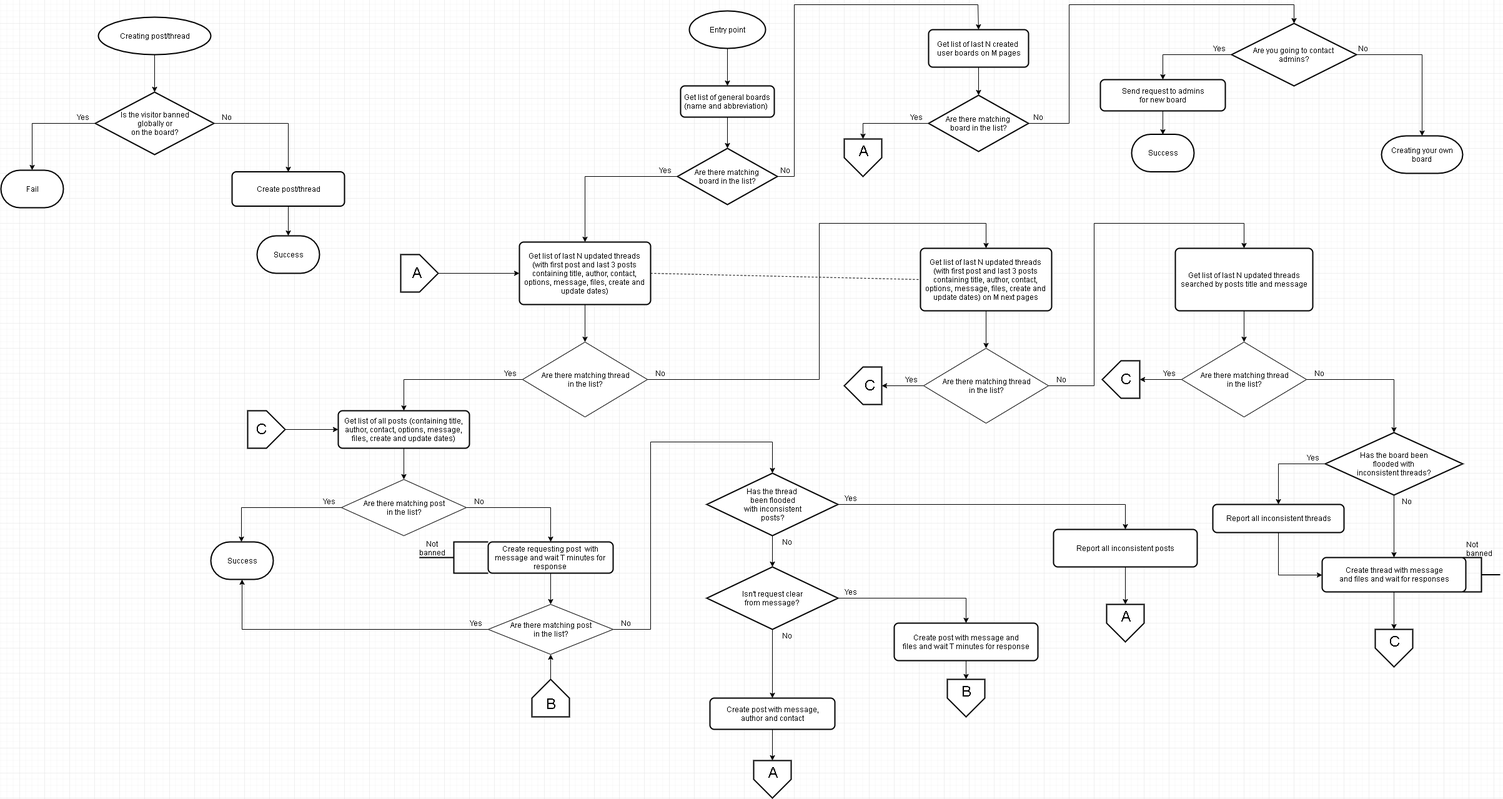
Earlier version of the draw.io export Imageboard-post-diagram.png (Lebed-kun/imageboard). Source tidied: cells renumbered, new cells last; positions are measured from the earlier drawing's top-left corner, leaving out a move shared by most shapes.
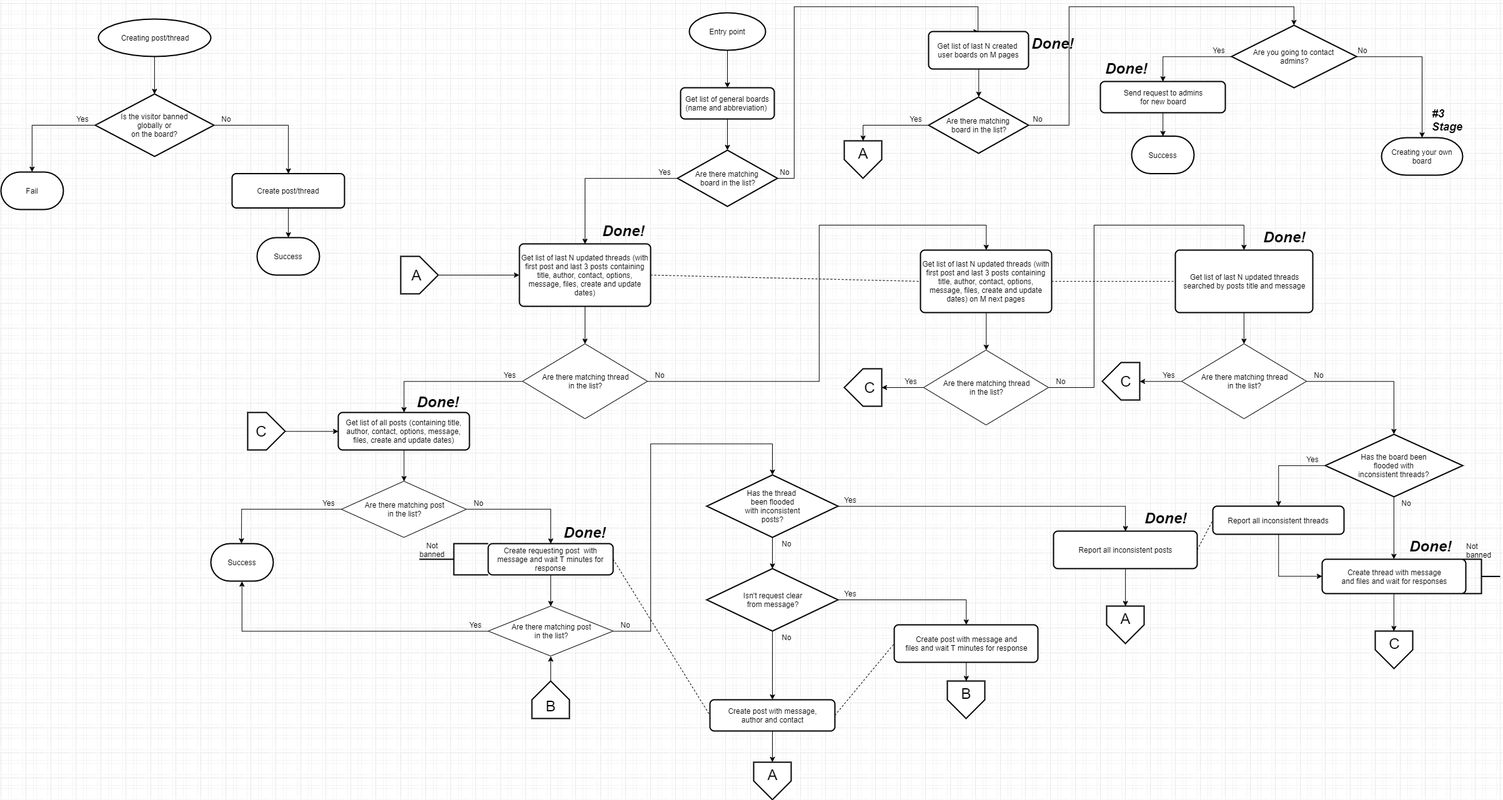
The same file after the commit.

Change to the diagram source:
```diff
@@ -409,5 +409,44 @@
     <mxCell id="126" style="endArrow=none;dashed=1;html=1;exitX=1;exitY=0.5;exitDx=0;exitDy=0;entryX=0;entryY=0.5;entryDx=0;entryDy=0;" parent="1" edge="1" source="10" target="61">
       <mxGeometry relative="1" as="geometry" />
     </mxCell>
+    <mxCell id="127" value="&lt;i&gt;&lt;font style=&quot;font-size: 24px&quot;&gt;&lt;b&gt;&lt;br&gt;&lt;br&gt;Done!&lt;/b&gt;&lt;/font&gt;&lt;/i&gt;" style="text;html=1;strokeColor=none;fillColor=none;spacing=5;spacingTop=-20;whiteSpace=wrap;overflow=hidden;rounded=0;" parent="1" vertex="1">
+      <mxGeometry x="661" y="574" width="84" height="80" as="geometry" />
+    </mxCell>
+    <mxCell id="128" style="endArrow=none;dashed=1;html=1;exitX=1;exitY=0.5;exitDx=0;exitDy=0;entryX=0;entryY=0.5;entryDx=0;entryDy=0;" parent="1" edge="1" source="24" target="56">
+      <mxGeometry relative="1" as="geometry" />
+    </mxCell>
+    <mxCell id="129" style="endArrow=none;dashed=1;html=1;exitX=1;exitY=0.5;exitDx=0;exitDy=0;entryX=0;entryY=0.5;entryDx=0;entryDy=0;" parent="1" edge="1" source="56" target="47">
+      <mxGeometry relative="1" as="geometry" />
+    </mxCell>
+    <mxCell id="130" style="endArrow=none;dashed=1;html=1;exitX=1;exitY=0.5;exitDx=0;exitDy=0;entryX=0;entryY=0.5;entryDx=0;entryDy=0;" parent="1" edge="1" source="35" target="85">
+      <mxGeometry relative="1" as="geometry" />
+    </mxCell>
+    <mxCell id="131" value="&lt;i&gt;&lt;font style=&quot;font-size: 24px&quot;&gt;&lt;b&gt;&lt;br&gt;&lt;br&gt;Done!&lt;/b&gt;&lt;/font&gt;&lt;/i&gt;" style="text;html=1;strokeColor=none;fillColor=none;spacing=5;spacingTop=-20;whiteSpace=wrap;overflow=hidden;rounded=0;" parent="1" vertex="1">
+      <mxGeometry x="896" y="782.5" width="84" height="80" as="geometry" />
+    </mxCell>
+    <mxCell id="132" value="&lt;i&gt;&lt;font style=&quot;font-size: 24px&quot;&gt;&lt;b&gt;&lt;br&gt;&lt;br&gt;Done!&lt;/b&gt;&lt;/font&gt;&lt;/i&gt;" style="text;html=1;strokeColor=none;fillColor=none;spacing=5;spacingTop=-20;whiteSpace=wrap;overflow=hidden;rounded=0;" parent="1" vertex="1">
+      <mxGeometry x="958" y="300" width="84" height="80" as="geometry" />
+    </mxCell>
+    <mxCell id="133" value="&lt;i&gt;&lt;font style=&quot;font-size: 24px&quot;&gt;&lt;b&gt;&lt;br&gt;&lt;br&gt;Done!&lt;/b&gt;&lt;/font&gt;&lt;/i&gt;" style="text;html=1;strokeColor=none;fillColor=none;spacing=5;spacingTop=-20;whiteSpace=wrap;overflow=hidden;rounded=0;" parent="1" vertex="1">
+      <mxGeometry x="1826" y="760" width="84" height="80" as="geometry" />
+    </mxCell>
+    <mxCell id="134" style="endArrow=none;dashed=1;html=1;exitX=1;exitY=0.5;exitDx=0;exitDy=0;entryX=0;entryY=0.5;entryDx=0;entryDy=0;" parent="1" edge="1" source="61" target="72">
+      <mxGeometry relative="1" as="geometry" />
+    </mxCell>
+    <mxCell id="135" value="&lt;i&gt;&lt;font style=&quot;font-size: 24px&quot;&gt;&lt;b&gt;&lt;br&gt;&lt;br&gt;Done!&lt;/b&gt;&lt;/font&gt;&lt;/i&gt;" style="text;html=1;strokeColor=none;fillColor=none;spacing=5;spacingTop=-20;whiteSpace=wrap;overflow=hidden;rounded=0;" parent="1" vertex="1">
+      <mxGeometry x="2016" y="310" width="84" height="80" as="geometry" />
+    </mxCell>
+    <mxCell id="136" value="&lt;i&gt;&lt;font style=&quot;font-size: 24px&quot;&gt;&lt;b&gt;&lt;br&gt;&lt;br&gt;Done!&lt;/b&gt;&lt;/font&gt;&lt;/i&gt;" style="text;html=1;strokeColor=none;fillColor=none;spacing=5;spacingTop=-20;whiteSpace=wrap;overflow=hidden;rounded=0;" parent="1" vertex="1">
+      <mxGeometry x="2250" y="805" width="84" height="80" as="geometry" />
+    </mxCell>
+    <mxCell id="137" value="&lt;i&gt;&lt;font style=&quot;font-size: 24px&quot;&gt;&lt;b&gt;&lt;br&gt;&lt;br&gt;Done!&lt;/b&gt;&lt;/font&gt;&lt;/i&gt;" style="text;html=1;strokeColor=none;fillColor=none;spacing=5;spacingTop=-20;whiteSpace=wrap;overflow=hidden;rounded=0;" parent="1" vertex="1">
+      <mxGeometry x="1645" width="84" height="80" as="geometry" />
+    </mxCell>
+    <mxCell id="138" value="&lt;i&gt;&lt;font style=&quot;font-size: 24px&quot;&gt;&lt;b&gt;&lt;br&gt;&lt;br&gt;Done!&lt;/b&gt;&lt;/font&gt;&lt;/i&gt;" style="text;html=1;strokeColor=none;fillColor=none;spacing=5;spacingTop=-20;whiteSpace=wrap;overflow=hidden;rounded=0;" parent="1" vertex="1">
+      <mxGeometry x="1763" y="40" width="84" height="80" as="geometry" />
+    </mxCell>
+    <mxCell id="139" value="&lt;i&gt;&lt;font&gt;&lt;b&gt;&lt;font style=&quot;font-size: 18px&quot;&gt;&lt;br&gt;&lt;br&gt;#3 Stage&lt;/font&gt;&lt;br&gt;&lt;/b&gt;&lt;/font&gt;&lt;/i&gt;" style="text;html=1;strokeColor=none;fillColor=none;spacing=5;spacingTop=-20;whiteSpace=wrap;overflow=hidden;rounded=0;" parent="1" vertex="1">
+      <mxGeometry x="2286" y="130" width="84" height="80" as="geometry" />
+    </mxCell>
   </root>
 </mxGraphModel>
```
